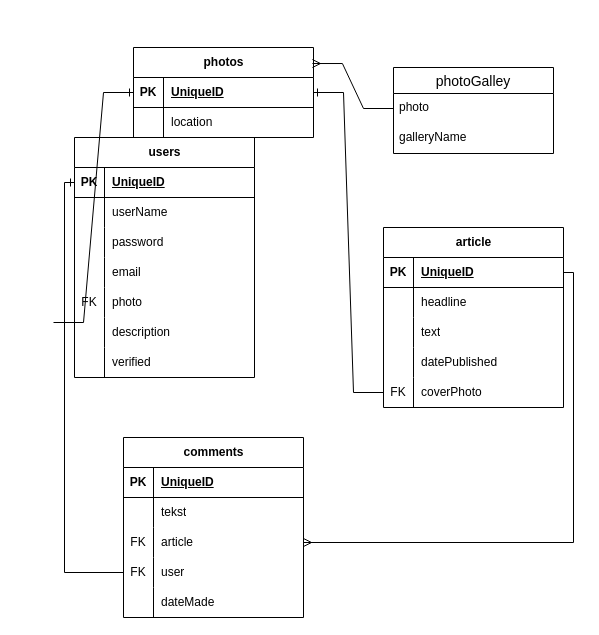
Above: SQL_ERA_teško/diagrami/ComicalHorrorStory.drawio in Matija1988/EDUNOVA-homework (draw.io), before the change. Source tidied: cells renumbered, new cells numbered last; positions are measured from the earlier drawing's top-left corner, leaving out a move shared by most shapes. Both pictures are drawn from the tidied source at 100%, with x=0, y=0 at pixel (53, 47).
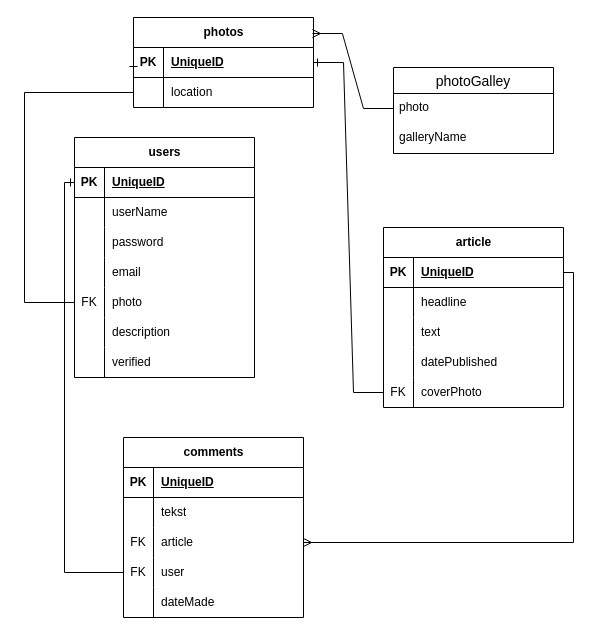
The same page after the edit.

Unchanged cells that the change refers to:
```xml
<mxCell id="15" style="shape=tableRow;horizontal=0;startSize=0;swimlaneHead=0;swimlaneBody=0;fillColor=none;points=[[0,0.5],[1,0.5]];portConstraint=eastwest;top=0;left=0;right=0;bottom=0;" parent="2" vertex="1">
  <mxGeometry y="150" width="180" height="30" as="geometry" />
</mxCell>
<mxCell id="25" style="shape=tableRow;horizontal=0;startSize=0;swimlaneHead=0;swimlaneBody=0;fillColor=none;points=[[0,0.5],[1,0.5]];portConstraint=eastwest;top=0;left=0;right=0;bottom=1;" parent="24" vertex="1">
  <mxGeometry y="30" width="180" height="30" as="geometry" />
</mxCell>
```

What changed in the source:
```diff
@@
     <mxCell id="24" value="photos" style="shape=table;startSize=30;childLayout=tableLayout;rowLines=0;fontStyle=1;align=center;html=1;" parent="1" vertex="1">
-      <mxGeometry x="80" width="180" height="90" as="geometry" />
+      <mxGeometry x="80" y="-30" width="180" height="90" as="geometry" />
     </mxCell>
@@
-    <mxCell id="31" style="edgeStyle=entityRelationEdgeStyle;fontSize=12;html=1;endArrow=ERone;endFill=1;rounded=0;entryX=0;entryY=0.5;entryDx=0;entryDy=0;exitX=1;exitY=0.5;exitDx=0;exitDy=0;" parent="1" edge="1" target="25">
+    <mxCell id="31" style="edgeStyle=orthogonalEdgeStyle;fontSize=12;html=1;endArrow=ERone;endFill=1;rounded=0;entryX=0;entryY=0.5;entryDx=0;entryDy=0;exitX=0;exitY=0.5;exitDx=0;exitDy=0;" parent="1" edge="1" source="15" target="25">
       <mxGeometry relative="1" as="geometry">
-        <mxPoint y="275" as="sourcePoint" />
+        <Array as="points">
+          <mxPoint x="-29" y="255" />
+          <mxPoint x="-29" y="45" />
+        </Array>
       </mxGeometry>
     </mxCell>
```
